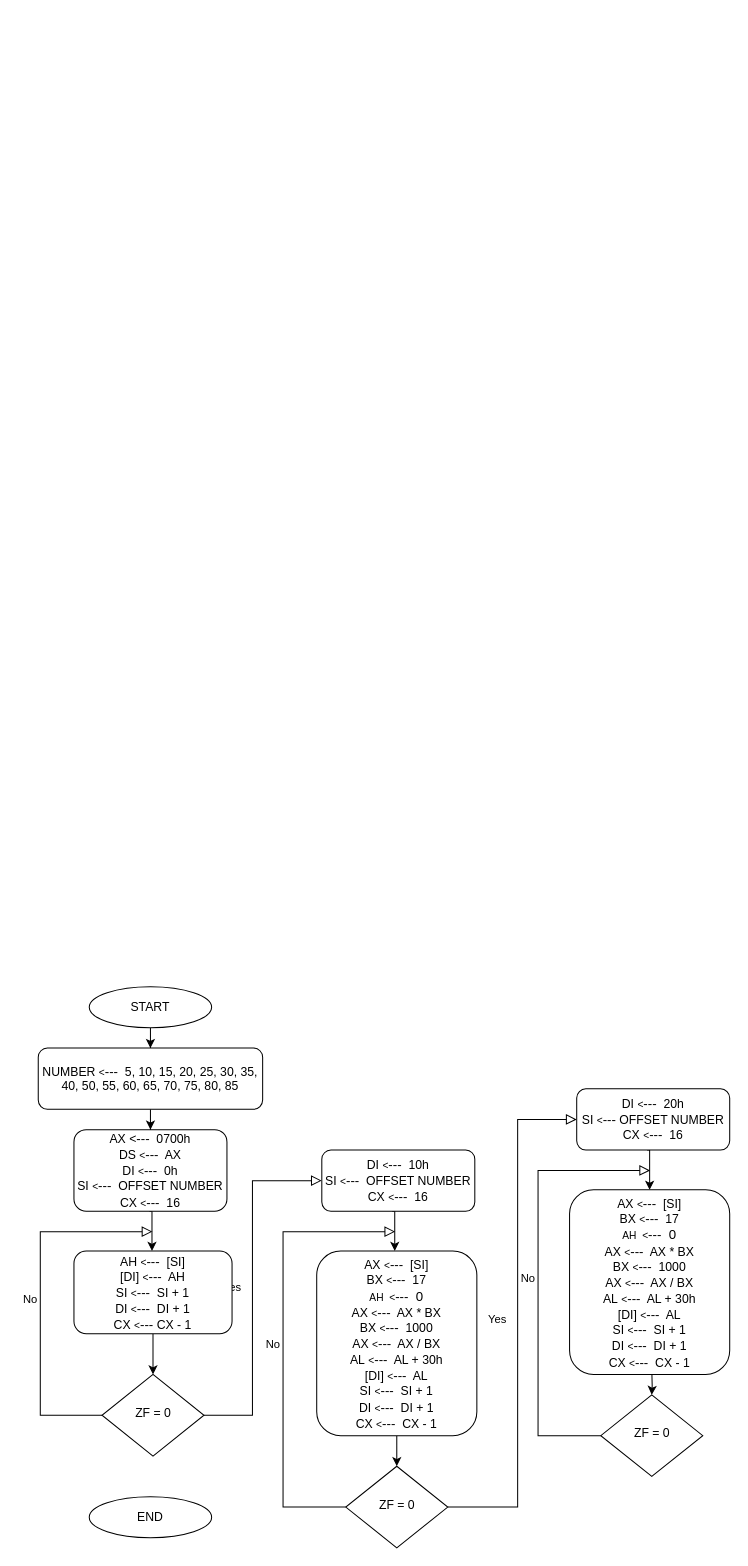
Before: micro4.drawio in mmuurraatt/My-Projects-On-Github, a draw.io diagram. Source tidied: cells renumbered, new cells numbered last; positions are measured from the earlier drawing's top-left corner, leaving out a move shared by most shapes. Both pictures are drawn from the tidied source at 102%, with x=0, y=0 at pixel (38, 986).
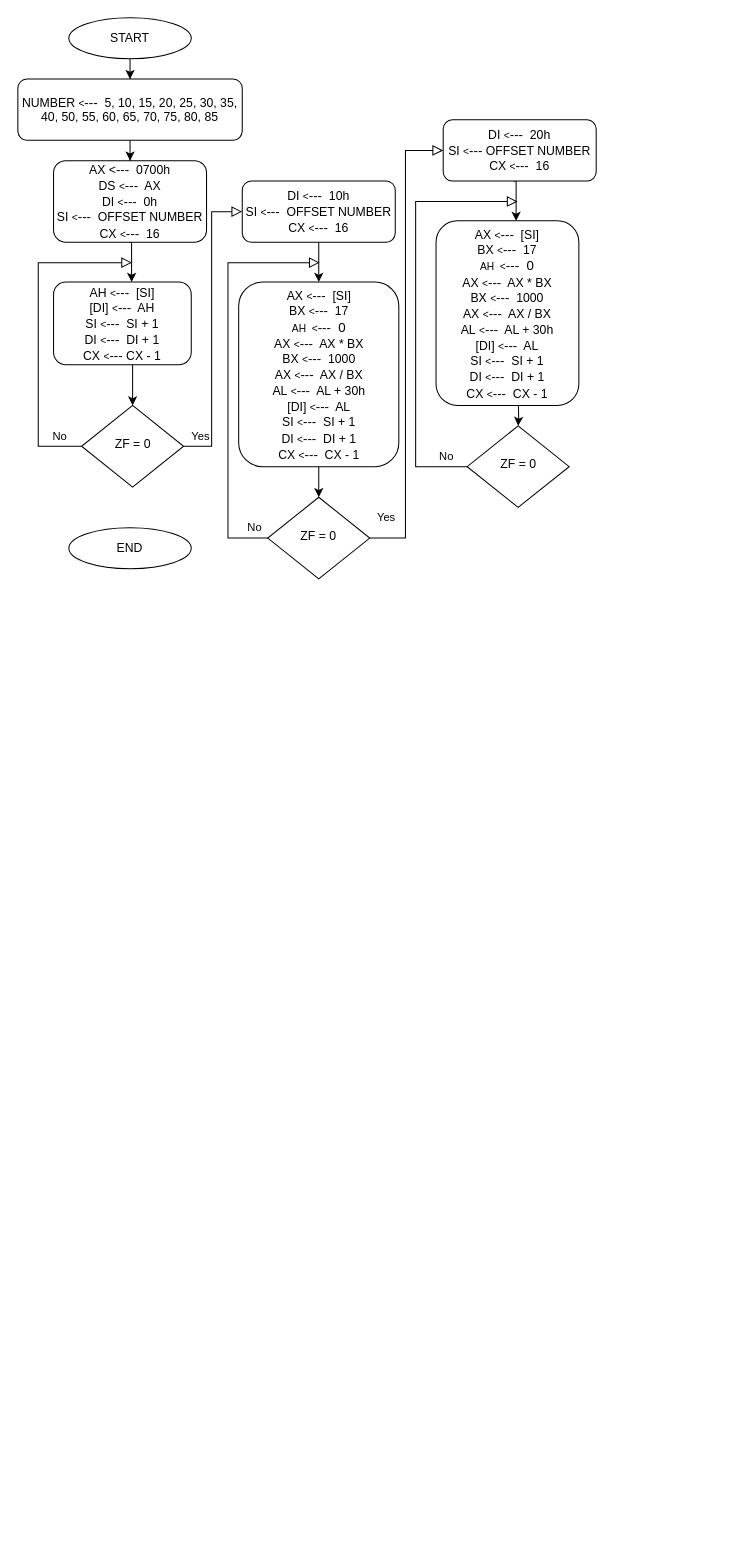
The same diagram, later.

Diff of the diagram source:
```diff
@@
     <mxCell id="2" style="edgeStyle=orthogonalEdgeStyle;rounded=0;orthogonalLoop=1;jettySize=auto;html=1;fontSize=12;" parent="1" edge="1">
       <mxGeometry relative="1" as="geometry">
-        <mxPoint x="109" y="220" as="sourcePoint" />
-        <mxPoint x="111.5" y="259" as="targetPoint" />
+        <mxPoint x="89" y="-730" as="sourcePoint" />
+        <mxPoint x="91.5" y="-691" as="targetPoint" />
       </mxGeometry>
     </mxCell>
     <mxCell id="3" value="AX &lt;font&gt;&lt;font style=&quot;font-size: 12px&quot;&gt;&amp;lt;&lt;/font&gt;&lt;span style=&quot;font-size: 13px&quot;&gt;---&lt;/span&gt;&lt;/font&gt;&amp;nbsp; 0700h&lt;br&gt;DS&amp;nbsp;&lt;font style=&quot;font-size: 10px&quot;&gt;&amp;lt;&lt;/font&gt;&lt;font style=&quot;font-size: 13px&quot;&gt;---&lt;/font&gt;&amp;nbsp; AX&lt;br&gt;DI&amp;nbsp;&lt;font style=&quot;font-size: 10px&quot;&gt;&amp;lt;&lt;/font&gt;&lt;font style=&quot;font-size: 13px&quot;&gt;---&lt;/font&gt;&amp;nbsp; 0h&lt;br&gt;SI&amp;nbsp;&lt;font style=&quot;font-size: 10px&quot;&gt;&amp;lt;&lt;/font&gt;&lt;font style=&quot;font-size: 13px&quot;&gt;---&lt;/font&gt;&amp;nbsp; OFFSET NUMBER&lt;br&gt;CX&amp;nbsp;&lt;font style=&quot;font-size: 10px&quot;&gt;&amp;lt;&lt;/font&gt;&lt;font style=&quot;font-size: 13px&quot;&gt;---&lt;/font&gt;&amp;nbsp; 16" style="rounded=1;whiteSpace=wrap;html=1;fontSize=12;glass=0;strokeWidth=1;shadow=0;" parent="1" vertex="1">
-      <mxGeometry x="35" y="140" width="150" height="80" as="geometry" />
+      <mxGeometry x="15" y="-810" width="150" height="80" as="geometry" />
     </mxCell>
     <mxCell id="4" value="Yes" style="rounded=0;html=1;jettySize=auto;fontSize=11;endArrow=block;endFill=0;endSize=8;strokeWidth=1;shadow=0;labelBackgroundColor=none;edgeStyle=orthogonalEdgeStyle;entryX=0;entryY=0.5;entryDx=0;entryDy=0;" parent="1" edge="1" source="6" target="16">
-      <mxGeometry y="20" relative="1" as="geometry">
+      <mxGeometry x="-0.89" y="10" relative="1" as="geometry">
         <Array as="points">
-          <mxPoint x="210" y="420" />
-          <mxPoint x="210" y="190" />
+          <mxPoint x="170" y="-530" />
+          <mxPoint x="170" y="-760" />
         </Array>
       </mxGeometry>
     </mxCell>
     <mxCell id="5" value="No" style="edgeStyle=orthogonalEdgeStyle;rounded=0;html=1;jettySize=auto;fontSize=11;endArrow=block;endFill=0;endSize=8;strokeWidth=1;shadow=0;labelBackgroundColor=none;exitX=0;exitY=0.5;exitDx=0;exitDy=0;" parent="1" edge="1" source="6">
-      <mxGeometry y="10" relative="1" as="geometry">
-        <mxPoint x="112" y="240" as="targetPoint" />
+      <mxGeometry x="-0.86" y="-10" relative="1" as="geometry">
+        <mxPoint x="92" y="-710" as="targetPoint" />
         <Array as="points">
-          <mxPoint x="2" y="420" />
-          <mxPoint x="2" y="240" />
+          <mxPoint y="-530" />
+          <mxPoint y="-710" />
         </Array>
       </mxGeometry>
     </mxCell>
     <mxCell id="6" value="ZF = 0" style="rhombus;whiteSpace=wrap;html=1;shadow=0;fontFamily=Helvetica;fontSize=12;align=center;strokeWidth=1;spacing=6;spacingTop=-4;" parent="1" vertex="1">
-      <mxGeometry x="62.5" y="380" width="100" height="80" as="geometry" />
+      <mxGeometry x="42.5" y="-570" width="100" height="80" as="geometry" />
     </mxCell>
@@
     <mxCell id="8" value="START" style="ellipse;whiteSpace=wrap;html=1;" parent="1" vertex="1">
-      <mxGeometry x="50" width="120" height="40" as="geometry" />
+      <mxGeometry x="30" y="-950" width="120" height="40" as="geometry" />
     </mxCell>
@@
     <mxCell id="11" value="NUMBER&amp;nbsp;&lt;font style=&quot;font-size: 10px&quot;&gt;&amp;lt;&lt;/font&gt;&lt;font style=&quot;font-size: 13px&quot;&gt;---&lt;/font&gt;&amp;nbsp; 5, 10, 15, 20, 25, 30, 35, 40, 50, 55, 60, 65, 70, 75, 80, 85" style="rounded=1;whiteSpace=wrap;html=1;fontSize=12;glass=0;strokeWidth=1;shadow=0;" parent="1" vertex="1">
-      <mxGeometry y="60" width="220" height="60" as="geometry" />
+      <mxGeometry x="-20" y="-890" width="220" height="60" as="geometry" />
     </mxCell>
     <mxCell id="12" style="edgeStyle=orthogonalEdgeStyle;rounded=0;jettySize=auto;html=1;fontSize=12;" parent="1" edge="1" source="13">
       <mxGeometry relative="1" as="geometry">
-        <mxPoint x="112.5" y="380" as="targetPoint" />
+        <mxPoint x="92.5" y="-570" as="targetPoint" />
         <Array as="points">
-          <mxPoint x="110" y="340" />
-          <mxPoint x="110" y="340" />
+          <mxPoint x="90" y="-610" />
+          <mxPoint x="90" y="-610" />
         </Array>
       </mxGeometry>
     </mxCell>
     <mxCell id="13" value="AH&amp;nbsp;&lt;font style=&quot;font-size: 10px&quot;&gt;&amp;lt;&lt;/font&gt;&lt;font style=&quot;font-size: 13px&quot;&gt;---&lt;/font&gt;&amp;nbsp; [SI]&lt;br&gt;[DI]&amp;nbsp;&lt;font style=&quot;font-size: 10px&quot;&gt;&amp;lt;&lt;/font&gt;&lt;font style=&quot;font-size: 13px&quot;&gt;---&lt;/font&gt;&amp;nbsp; AH&lt;br&gt;SI&amp;nbsp;&lt;font style=&quot;font-size: 10px&quot;&gt;&amp;lt;&lt;/font&gt;&lt;font style=&quot;font-size: 13px&quot;&gt;---&lt;/font&gt;&amp;nbsp; SI + 1&lt;br&gt;DI&amp;nbsp;&lt;font style=&quot;font-size: 10px&quot;&gt;&amp;lt;&lt;/font&gt;&lt;font style=&quot;font-size: 13px&quot;&gt;---&lt;/font&gt;&amp;nbsp; DI + 1&lt;br&gt;CX&amp;nbsp;&lt;font style=&quot;font-size: 10px&quot;&gt;&amp;lt;&lt;/font&gt;&lt;font style=&quot;font-size: 13px&quot;&gt;---&lt;/font&gt;&amp;nbsp;CX - 1" style="rounded=1;whiteSpace=wrap;html=1;fontSize=12;glass=0;strokeWidth=1;shadow=0;" parent="1" vertex="1">
-      <mxGeometry x="35" y="259" width="155" height="81" as="geometry" />
+      <mxGeometry x="15" y="-691" width="135" height="81" as="geometry" />
     </mxCell>
     <mxCell id="14" value="END" style="ellipse;whiteSpace=wrap;html=1;" parent="1" vertex="1">
-      <mxGeometry x="50" y="500" width="120" height="40" as="geometry" />
+      <mxGeometry x="30" y="-450" width="120" height="40" as="geometry" />
     </mxCell>
-    <mxCell id="15" style="edgeStyle=orthogonalEdgeStyle;rounded=0;orthogonalLoop=1;jettySize=auto;html=1;fontSize=12;" parent="1" edge="1">
-      <mxGeometry relative="1" as="geometry">
-        <mxPoint x="347" y="220" as="sourcePoint" />
-        <mxPoint x="349.5" y="259" as="targetPoint" />
-      </mxGeometry>
-    </mxCell>
+    <mxCell id="30" style="edgeStyle=orthogonalEdgeStyle;rounded=0;jettySize=auto;html=1;fontSize=13;" parent="1" edge="1" source="16" target="22">
+      <mxGeometry relative="1" as="geometry" />
+    </mxCell>
     <mxCell id="16" value="DI&amp;nbsp;&lt;font style=&quot;font-size: 10px&quot;&gt;&amp;lt;&lt;/font&gt;&lt;font style=&quot;font-size: 13px&quot;&gt;---&lt;/font&gt;&amp;nbsp; 10h&lt;br&gt;SI&amp;nbsp;&lt;font style=&quot;font-size: 10px&quot;&gt;&amp;lt;&lt;/font&gt;&lt;font style=&quot;font-size: 13px&quot;&gt;---&lt;/font&gt;&amp;nbsp; OFFSET NUMBER&lt;br&gt;CX&amp;nbsp;&lt;font style=&quot;font-size: 10px&quot;&gt;&amp;lt;&lt;/font&gt;&lt;font style=&quot;font-size: 13px&quot;&gt;---&lt;/font&gt;&amp;nbsp; 16" style="rounded=1;whiteSpace=wrap;html=1;fontSize=12;glass=0;strokeWidth=1;shadow=0;" parent="1" vertex="1">
-      <mxGeometry x="278" y="160" width="150" height="60" as="geometry" />
+      <mxGeometry x="200" y="-790" width="150" height="60" as="geometry" />
     </mxCell>
     <mxCell id="17" value="Yes" style="rounded=0;html=1;jettySize=auto;fontSize=11;endArrow=block;endFill=0;endSize=8;strokeWidth=1;shadow=0;labelBackgroundColor=none;edgeStyle=orthogonalEdgeStyle;entryX=0;entryY=0.5;entryDx=0;entryDy=0;" parent="1" edge="1" source="19" target="24">
-      <mxGeometry y="20" relative="1" as="geometry">
+      <mxGeometry x="-0.93" y="20" relative="1" as="geometry">
         <Array as="points">
-          <mxPoint x="470" y="510" />
-          <mxPoint x="470" y="130" />
+          <mxPoint x="360" y="-440" />
+          <mxPoint x="360" y="-820" />
         </Array>
       </mxGeometry>
     </mxCell>
-    <mxCell id="18" value="No" style="edgeStyle=orthogonalEdgeStyle;rounded=0;html=1;jettySize=auto;fontSize=11;endArrow=block;endFill=0;endSize=8;strokeWidth=1;shadow=0;labelBackgroundColor=none;exitX=0;exitY=0.5;exitDx=0;exitDy=0;" parent="1" edge="1" source="19">
-      <mxGeometry y="10" relative="1" as="geometry">
-        <mxPoint x="350" y="240" as="targetPoint" />
+    <mxCell id="18" value="No" style="edgeStyle=orthogonalEdgeStyle;rounded=0;html=1;jettySize=auto;orthogonalLoop=1;fontSize=11;endArrow=block;endFill=0;endSize=8;strokeWidth=1;shadow=0;labelBackgroundColor=none;exitX=0;exitY=0.5;exitDx=0;exitDy=0;" parent="1" edge="1">
+      <mxGeometry x="-0.9" y="-10" relative="1" as="geometry">
+        <mxPoint x="231.5" y="-440" as="sourcePoint" />
+        <mxPoint x="276" y="-710" as="targetPoint" />
         <Array as="points">
-          <mxPoint x="240" y="510" />
-          <mxPoint x="240" y="240" />
+          <mxPoint x="186" y="-440" />
+          <mxPoint x="186" y="-710" />
         </Array>
       </mxGeometry>
     </mxCell>
     <mxCell id="19" value="ZF = 0" style="rhombus;whiteSpace=wrap;html=1;shadow=0;fontFamily=Helvetica;fontSize=12;align=center;strokeWidth=1;spacing=6;spacingTop=-4;" parent="1" vertex="1">
-      <mxGeometry x="301.5" y="470" width="100" height="80" as="geometry" />
+      <mxGeometry x="225" y="-480" width="100" height="80" as="geometry" />
     </mxCell>
@@
     <mxCell id="22" value="AX&amp;nbsp;&lt;font style=&quot;font-size: 10px&quot;&gt;&amp;lt;&lt;/font&gt;&lt;font style=&quot;font-size: 13px&quot;&gt;---&lt;/font&gt;&amp;nbsp; [SI]&lt;br&gt;BX&amp;nbsp;&lt;font style=&quot;font-size: 10px&quot;&gt;&amp;lt;&lt;/font&gt;&lt;font style=&quot;font-size: 13px&quot;&gt;---&lt;/font&gt;&amp;nbsp; 17&lt;br&gt;&lt;font style=&quot;font-size: 10px&quot;&gt;AH&amp;nbsp; &amp;lt;&lt;/font&gt;&lt;font style=&quot;font-size: 13px&quot;&gt;---&amp;nbsp; 0&lt;/font&gt;&lt;br&gt;AX&amp;nbsp;&lt;font style=&quot;font-size: 10px&quot;&gt;&amp;lt;&lt;/font&gt;&lt;font style=&quot;font-size: 13px&quot;&gt;---&lt;/font&gt;&amp;nbsp; AX * BX&lt;br&gt;BX&amp;nbsp;&lt;font style=&quot;font-size: 10px&quot;&gt;&amp;lt;&lt;/font&gt;&lt;font style=&quot;font-size: 13px&quot;&gt;---&lt;/font&gt;&amp;nbsp; 1000&lt;br&gt;AX&amp;nbsp;&lt;font style=&quot;font-size: 10px&quot;&gt;&amp;lt;&lt;/font&gt;&lt;font style=&quot;font-size: 13px&quot;&gt;---&lt;/font&gt;&amp;nbsp; AX / BX&lt;br&gt;AL&amp;nbsp;&lt;font style=&quot;font-size: 10px&quot;&gt;&amp;lt;&lt;/font&gt;&lt;font style=&quot;font-size: 13px&quot;&gt;---&lt;/font&gt;&amp;nbsp; AL + 30h&lt;br&gt;[DI]&amp;nbsp;&lt;font style=&quot;font-size: 10px&quot;&gt;&amp;lt;&lt;/font&gt;&lt;font style=&quot;font-size: 13px&quot;&gt;---&lt;/font&gt;&amp;nbsp; AL&lt;br&gt;SI&amp;nbsp;&lt;font style=&quot;font-size: 10px&quot;&gt;&amp;lt;&lt;/font&gt;&lt;font style=&quot;font-size: 13px&quot;&gt;---&lt;/font&gt;&amp;nbsp; SI + 1&lt;br&gt;DI&amp;nbsp;&lt;font style=&quot;font-size: 10px&quot;&gt;&amp;lt;&lt;/font&gt;&lt;font style=&quot;font-size: 13px&quot;&gt;---&lt;/font&gt;&amp;nbsp; DI + 1&lt;br&gt;CX&amp;nbsp;&lt;font style=&quot;font-size: 10px&quot;&gt;&amp;lt;&lt;/font&gt;&lt;font style=&quot;font-size: 13px&quot;&gt;---&lt;/font&gt;&amp;nbsp; CX - 1" style="rounded=1;whiteSpace=wrap;html=1;fontSize=12;glass=0;strokeWidth=1;shadow=0;" parent="1" vertex="1">
-      <mxGeometry x="273" y="259" width="157" height="181" as="geometry" />
+      <mxGeometry x="196.5" y="-691" width="157" height="181" as="geometry" />
     </mxCell>
     <mxCell id="23" style="edgeStyle=orthogonalEdgeStyle;rounded=0;orthogonalLoop=1;jettySize=auto;html=1;fontSize=12;" parent="1" edge="1">
       <mxGeometry relative="1" as="geometry">
-        <mxPoint x="596.9" y="160" as="sourcePoint" />
-        <mxPoint x="599.4" y="199" as="targetPoint" />
+        <mxPoint x="466" y="-790" as="sourcePoint" />
+        <mxPoint x="468.5" y="-751" as="targetPoint" />
       </mxGeometry>
     </mxCell>
     <mxCell id="24" value="DI&amp;nbsp;&lt;font style=&quot;font-size: 10px&quot;&gt;&amp;lt;&lt;/font&gt;&lt;font style=&quot;font-size: 13px&quot;&gt;---&lt;/font&gt;&amp;nbsp; 20h&lt;br&gt;SI&amp;nbsp;&lt;font style=&quot;font-size: 10px&quot;&gt;&amp;lt;&lt;/font&gt;&lt;font style=&quot;font-size: 13px&quot;&gt;---&lt;/font&gt;&amp;nbsp;OFFSET NUMBER&lt;br&gt;CX&amp;nbsp;&lt;font style=&quot;font-size: 10px&quot;&gt;&amp;lt;&lt;/font&gt;&lt;font style=&quot;font-size: 13px&quot;&gt;---&lt;/font&gt;&amp;nbsp; 16" style="rounded=1;whiteSpace=wrap;html=1;fontSize=12;glass=0;strokeWidth=1;shadow=0;" parent="1" vertex="1">
-      <mxGeometry x="527.9" y="100" width="150" height="60" as="geometry" />
+      <mxGeometry x="397" y="-850" width="150" height="60" as="geometry" />
     </mxCell>
     <mxCell id="25" value="No" style="edgeStyle=orthogonalEdgeStyle;rounded=0;html=1;jettySize=auto;fontSize=11;endArrow=block;endFill=0;endSize=8;strokeWidth=1;shadow=0;labelBackgroundColor=none;exitX=0;exitY=0.5;exitDx=0;exitDy=0;" parent="1" edge="1" source="26">
-      <mxGeometry y="10" relative="1" as="geometry">
-        <mxPoint x="599.9" y="180" as="targetPoint" />
+      <mxGeometry x="-0.9" y="-10" relative="1" as="geometry">
+        <mxPoint x="470" y="-770" as="targetPoint" />
         <Array as="points">
-          <mxPoint x="490" y="440" />
-          <mxPoint x="490" y="180" />
+          <mxPoint x="370" y="-510" />
+          <mxPoint x="370" y="-770" />
         </Array>
       </mxGeometry>
     </mxCell>
     <mxCell id="26" value="ZF = 0" style="rhombus;whiteSpace=wrap;html=1;shadow=0;fontFamily=Helvetica;fontSize=12;align=center;strokeWidth=1;spacing=6;spacingTop=-4;" parent="1" vertex="1">
-      <mxGeometry x="551.5" y="400" width="100" height="80" as="geometry" />
+      <mxGeometry x="420.5" y="-550" width="100" height="80" as="geometry" />
     </mxCell>
@@
     <mxCell id="28" style="edgeStyle=orthogonalEdgeStyle;rounded=0;jettySize=auto;html=1;" parent="1" edge="1" target="26">
       <mxGeometry relative="1" as="geometry">
-        <mxPoint x="601.4" y="370" as="sourcePoint" />
+        <mxPoint x="470.5" y="-580" as="sourcePoint" />
       </mxGeometry>
     </mxCell>
     <mxCell id="29" value="AX&amp;nbsp;&lt;font style=&quot;font-size: 10px&quot;&gt;&amp;lt;&lt;/font&gt;&lt;font style=&quot;font-size: 13px&quot;&gt;---&lt;/font&gt;&amp;nbsp; [SI]&lt;br&gt;BX&amp;nbsp;&lt;font style=&quot;font-size: 10px&quot;&gt;&amp;lt;&lt;/font&gt;&lt;font style=&quot;font-size: 13px&quot;&gt;---&lt;/font&gt;&amp;nbsp; 17&lt;br&gt;&lt;font style=&quot;font-size: 10px&quot;&gt;AH&amp;nbsp; &amp;lt;&lt;/font&gt;&lt;font style=&quot;font-size: 13px&quot;&gt;---&amp;nbsp; 0&lt;/font&gt;&lt;br&gt;AX&amp;nbsp;&lt;font style=&quot;font-size: 10px&quot;&gt;&amp;lt;&lt;/font&gt;&lt;font style=&quot;font-size: 13px&quot;&gt;---&lt;/font&gt;&amp;nbsp; AX * BX&lt;br&gt;BX&amp;nbsp;&lt;font style=&quot;font-size: 10px&quot;&gt;&amp;lt;&lt;/font&gt;&lt;font style=&quot;font-size: 13px&quot;&gt;---&lt;/font&gt;&amp;nbsp; 1000&lt;br&gt;AX&amp;nbsp;&lt;font style=&quot;font-size: 10px&quot;&gt;&amp;lt;&lt;/font&gt;&lt;font style=&quot;font-size: 13px&quot;&gt;---&lt;/font&gt;&amp;nbsp; AX / BX&lt;br&gt;AL&amp;nbsp;&lt;font style=&quot;font-size: 10px&quot;&gt;&amp;lt;&lt;/font&gt;&lt;font style=&quot;font-size: 13px&quot;&gt;---&lt;/font&gt;&amp;nbsp; AL + 30h&lt;br&gt;[DI]&amp;nbsp;&lt;font style=&quot;font-size: 10px&quot;&gt;&amp;lt;&lt;/font&gt;&lt;font style=&quot;font-size: 13px&quot;&gt;---&lt;/font&gt;&amp;nbsp; AL&lt;br&gt;SI&amp;nbsp;&lt;font style=&quot;font-size: 10px&quot;&gt;&amp;lt;&lt;/font&gt;&lt;font style=&quot;font-size: 13px&quot;&gt;---&lt;/font&gt;&amp;nbsp; SI + 1&lt;br&gt;DI&amp;nbsp;&lt;font style=&quot;font-size: 10px&quot;&gt;&amp;lt;&lt;/font&gt;&lt;font style=&quot;font-size: 13px&quot;&gt;---&lt;/font&gt;&amp;nbsp; DI + 1&lt;br&gt;CX&amp;nbsp;&lt;font style=&quot;font-size: 10px&quot;&gt;&amp;lt;&lt;/font&gt;&lt;font style=&quot;font-size: 13px&quot;&gt;---&lt;/font&gt;&amp;nbsp; CX - 1" style="rounded=1;whiteSpace=wrap;html=1;fontSize=12;glass=0;strokeWidth=1;shadow=0;" parent="1" vertex="1">
-      <mxGeometry x="520.9" y="199" width="157" height="181" as="geometry" />
+      <mxGeometry x="390" y="-751" width="140" height="181" as="geometry" />
     </mxCell>
```
